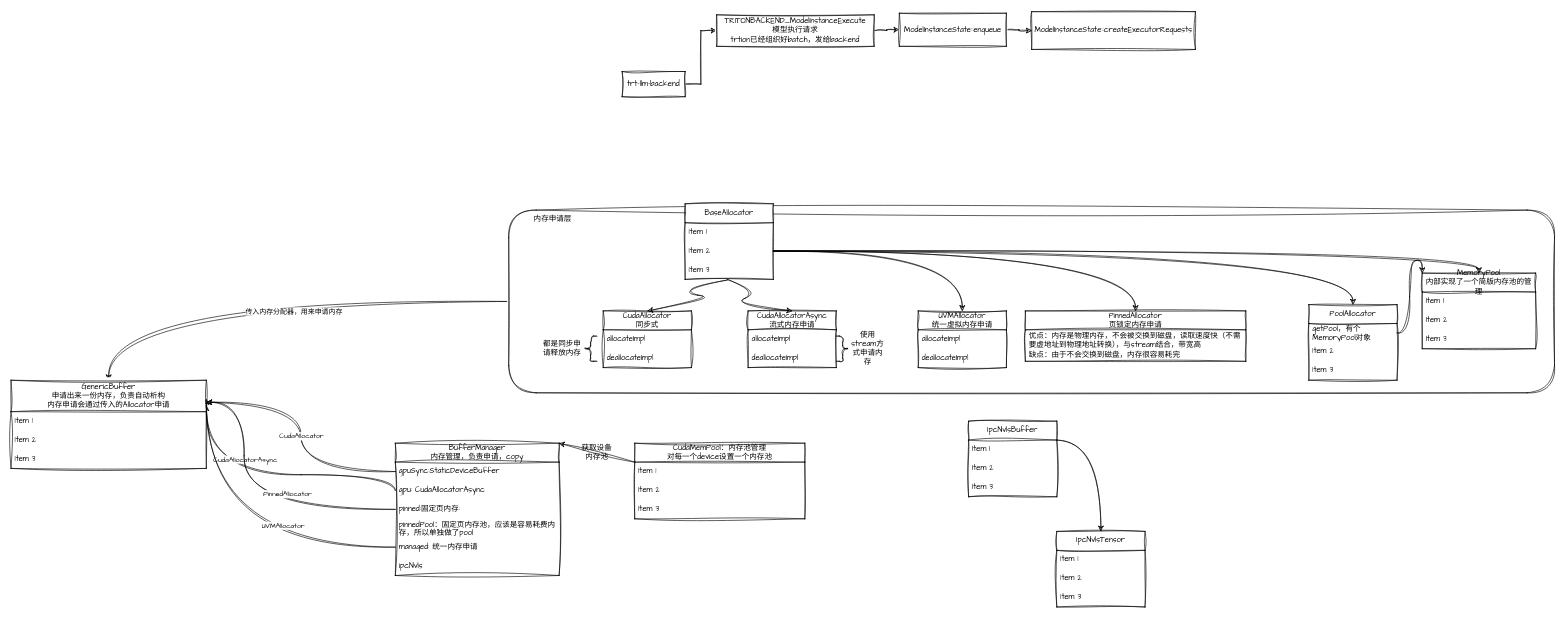
Above: trtion-trtllm.drawio in beijingqiuchang/drawio (draw.io), before the change. Source tidied: cells renumbered, new cells numbered last; positions are measured from the earlier drawing's top-left corner, leaving out a move shared by most shapes. Both pictures are drawn from the tidied source at 63%, with x=0, y=0 at pixel (11, 11).
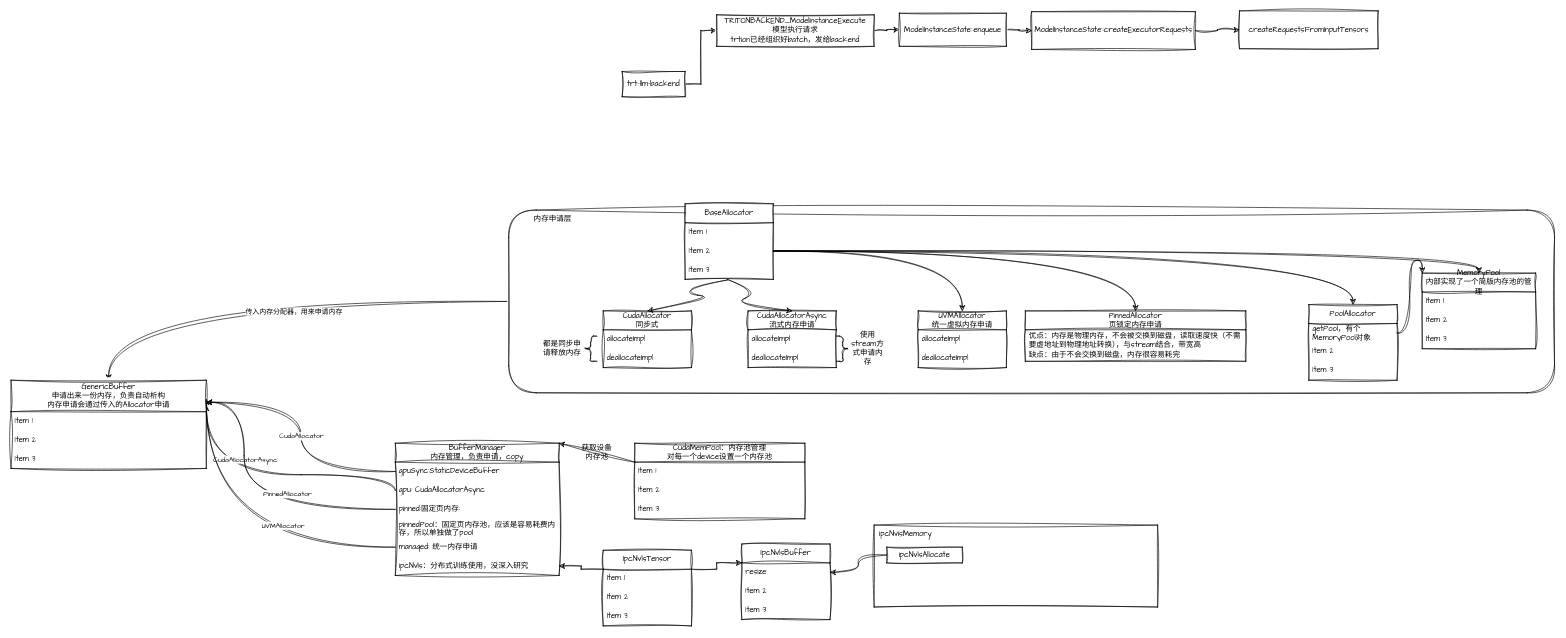
Above is the later version.

The change refers to these unchanged cells:
```xml
<mxCell id="11" value="ModelInstanceState::createExecutorRequests" style="rounded=0;whiteSpace=wrap;html=1;sketch=1;hachureGap=4;jiggle=2;curveFitting=1;fontFamily=Architects Daughter;" parent="1" vertex="1">
  <mxGeometry x="1620" width="260" height="60" as="geometry" />
</mxCell>
<mxCell id="34" value="BufferManager&lt;div&gt;内存管理，负责申请，copy&lt;/div&gt;" style="swimlane;fontStyle=0;horizontal=1;startSize=30;whiteSpace=wrap;html=1;sketch=1;hachureGap=4;jiggle=2;curveFitting=1;fontFamily=Architects Daughter;" parent="1" vertex="1">
  <mxGeometry x="610" y="685" width="260" height="210" as="geometry" />
</mxCell>
```

Diff of the diagram source:
```diff
@@
+    <mxCell id="84" style="edgeStyle=orthogonalEdgeStyle;rounded=0;sketch=1;hachureGap=4;jiggle=2;curveFitting=1;jettySize=auto;html=1;exitX=1;exitY=0.5;exitDx=0;exitDy=0;entryX=0;entryY=0.5;entryDx=0;entryDy=0;fontFamily=Architects Daughter;" parent="1" edge="1" source="11" target="91">
+      <mxGeometry relative="1" as="geometry" />
+    </mxCell>
@@
-    <mxCell id="44" value="ipcNvls" style="text;strokeColor=none;fillColor=none;align=left;verticalAlign=middle;spacingLeft=4;spacingRight=4;overflow=hidden;points=[[0,0.5],[1,0.5]];portConstraint=eastwest;whiteSpace=wrap;html=1;fontFamily=Architects Daughter;" parent="34" vertex="1">
+    <mxCell id="44" value="ipcNvls：分布式训练使用，没深入研究" style="text;strokeColor=none;fillColor=none;align=left;verticalAlign=middle;spacingLeft=4;spacingRight=4;overflow=hidden;points=[[0,0.5],[1,0.5]];portConstraint=eastwest;whiteSpace=wrap;html=1;fontFamily=Architects Daughter;" parent="34" vertex="1">
       <mxGeometry y="180" width="260" height="30" as="geometry" />
     </mxCell>
@@
+    <mxCell id="85" style="edgeStyle=orthogonalEdgeStyle;rounded=0;sketch=1;hachureGap=4;jiggle=2;curveFitting=1;jettySize=auto;html=1;exitX=1;exitY=0.25;exitDx=0;exitDy=0;entryX=0;entryY=0.25;entryDx=0;entryDy=0;fontFamily=Architects Daughter;" parent="1" edge="1" source="75" target="80">
+      <mxGeometry relative="1" as="geometry" />
+    </mxCell>
+    <mxCell id="86" style="edgeStyle=orthogonalEdgeStyle;rounded=0;sketch=1;hachureGap=4;jiggle=2;curveFitting=1;jettySize=auto;html=1;exitX=0;exitY=0.25;exitDx=0;exitDy=0;fontFamily=Architects Daughter;" parent="1" edge="1" source="75" target="44">
+      <mxGeometry relative="1" as="geometry" />
+    </mxCell>
     <mxCell id="75" value="IpcNvlsTensor" style="swimlane;fontStyle=0;horizontal=1;startSize=30;whiteSpace=wrap;html=1;sketch=1;hachureGap=4;jiggle=2;curveFitting=1;fontFamily=Architects Daughter;" parent="1" vertex="1">
-      <mxGeometry x="1660" y="825" width="140" height="120" as="geometry" />
+      <mxGeometry x="940" y="855" width="140" height="120" as="geometry" />
     </mxCell>
@@
-    <mxCell id="79" style="edgeStyle=orthogonalEdgeStyle;rounded=0;sketch=1;hachureGap=4;jiggle=2;curveFitting=1;jettySize=auto;html=1;exitX=1;exitY=0.25;exitDx=0;exitDy=0;entryX=0.5;entryY=0;entryDx=0;entryDy=0;fontFamily=Architects Daughter;curved=1;" parent="1" edge="1" source="80" target="75">
-      <mxGeometry relative="1" as="geometry" />
-    </mxCell>
     <mxCell id="80" value="IpcNvlsBuffer" style="swimlane;fontStyle=0;horizontal=1;startSize=30;whiteSpace=wrap;html=1;sketch=1;hachureGap=4;jiggle=2;curveFitting=1;fontFamily=Architects Daughter;" parent="1" vertex="1">
-      <mxGeometry x="1520" y="650" width="140" height="120" as="geometry" />
+      <mxGeometry x="1160" y="845" width="140" height="120" as="geometry" />
     </mxCell>
-    <mxCell id="81" value="Item 1" style="text;strokeColor=none;fillColor=none;align=left;verticalAlign=middle;spacingLeft=4;spacingRight=4;overflow=hidden;points=[[0,0.5],[1,0.5]];portConstraint=eastwest;whiteSpace=wrap;html=1;fontFamily=Architects Daughter;" parent="80" vertex="1">
+    <mxCell id="81" value="resize:" style="text;strokeColor=none;fillColor=none;align=left;verticalAlign=middle;spacingLeft=4;spacingRight=4;overflow=hidden;points=[[0,0.5],[1,0.5]];portConstraint=eastwest;whiteSpace=wrap;html=1;fontFamily=Architects Daughter;" parent="80" vertex="1">
       <mxGeometry y="30" width="140" height="30" as="geometry" />
     </mxCell>
@@
+    <mxCell id="87" style="rounded=0;whiteSpace=wrap;html=1;sketch=1;hachureGap=4;jiggle=2;curveFitting=1;fontFamily=Architects Daughter;" parent="1" vertex="1">
+      <mxGeometry x="1370" y="815" width="450" height="130" as="geometry" />
+    </mxCell>
+    <mxCell id="88" value="ipcNvisMemory" style="text;html=1;align=center;verticalAlign=middle;whiteSpace=wrap;rounded=0;fontFamily=Architects Daughter;rotation=0;" parent="1" vertex="1">
+      <mxGeometry x="1390" y="815" width="60" height="30" as="geometry" />
+    </mxCell>
+    <mxCell id="89" style="edgeStyle=orthogonalEdgeStyle;rounded=0;sketch=1;hachureGap=4;jiggle=2;curveFitting=1;jettySize=auto;html=1;exitX=0;exitY=0.5;exitDx=0;exitDy=0;entryX=1;entryY=0.5;entryDx=0;entryDy=0;fontFamily=Architects Daughter;curved=1;" parent="1" edge="1" source="90" target="81">
+      <mxGeometry relative="1" as="geometry" />
+    </mxCell>
+    <mxCell id="90" value="ipcNvlsAllocate" style="rounded=0;whiteSpace=wrap;html=1;sketch=1;hachureGap=4;jiggle=2;curveFitting=1;fontFamily=Architects Daughter;" parent="1" vertex="1">
+      <mxGeometry x="1390" y="850" width="120" height="25" as="geometry" />
+    </mxCell>
+    <mxCell id="91" value="createRequestsFromInputTensors" style="rounded=0;whiteSpace=wrap;html=1;sketch=1;hachureGap=4;jiggle=2;curveFitting=1;fontFamily=Architects Daughter;" parent="1" vertex="1">
+      <mxGeometry x="1950" y="-1.2" width="220" height="60" as="geometry" />
+    </mxCell>
```
